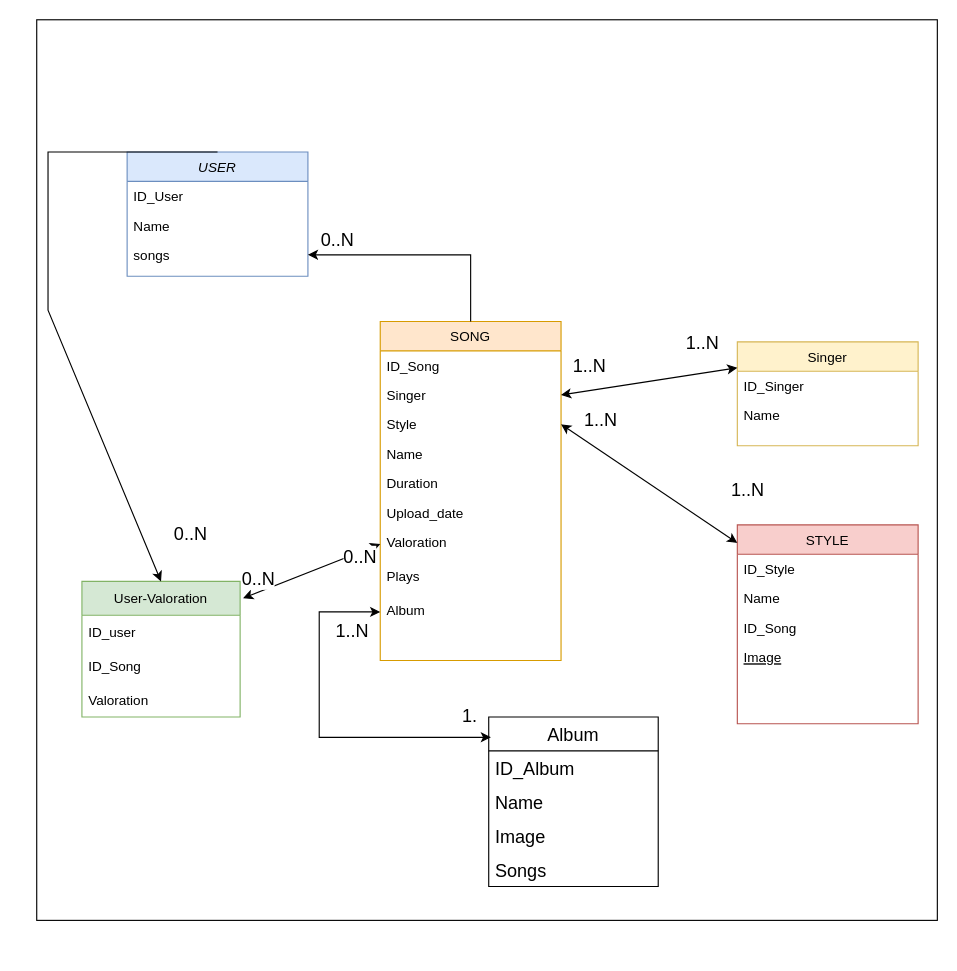
This is draw/database.drawio from abeja21/PFB-Kreitekfy-B, a draw.io file, before an edit. Source tidied: cells renumbered, new cells numbered last; positions are measured from the earlier drawing's top-left corner, leaving out a move shared by most shapes. Both pictures are drawn from the tidied source at 113%, with x=0, y=0 at pixel (36, 19).
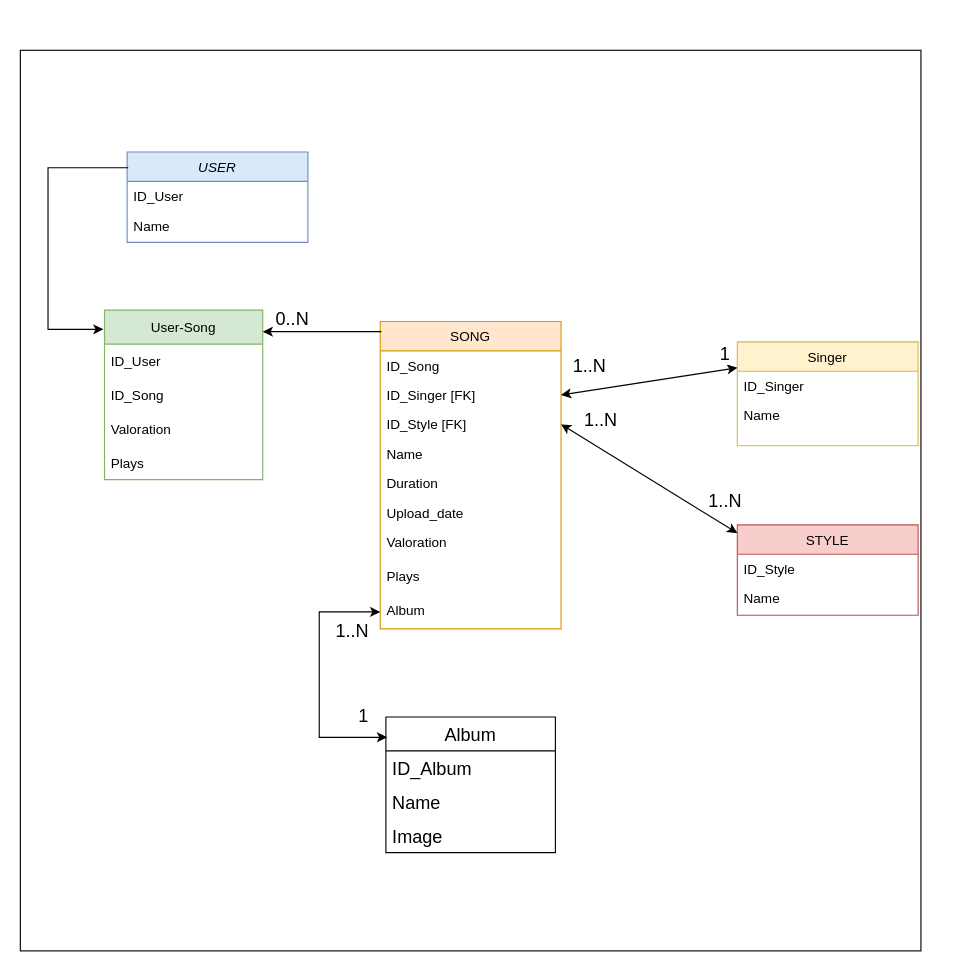
The same page after the edit.

The change refers to these unchanged cells:
```xml
<mxCell id="22" value="Valoration" style="text;align=left;verticalAlign=top;spacingLeft=4;spacingRight=4;overflow=hidden;points=[[0,0.5],[1,0.5]];portConstraint=eastwest;" parent="15" vertex="1">
  <mxGeometry y="182" width="160" height="30" as="geometry" />
</mxCell>
<mxCell id="24" value="Album&#10;" style="text;align=left;verticalAlign=top;spacingLeft=4;spacingRight=4;overflow=hidden;points=[[0,0.5],[1,0.5]];portConstraint=eastwest;" parent="15" vertex="1">
  <mxGeometry y="242" width="160" height="30" as="geometry" />
</mxCell>
```

Diff of the diagram source:
```diff
@@
     <mxCell id="2" style="whiteSpace=wrap;html=1;" parent="1" vertex="1">
-      <mxGeometry width="797" height="797" as="geometry" />
+      <mxGeometry x="-14.5" y="27" width="797" height="797" as="geometry" />
     </mxCell>
     <mxCell id="3" value="USER" style="swimlane;fontStyle=2;align=center;verticalAlign=top;horizontal=1;startSize=26;rounded=0;shadow=0;strokeWidth=1;fillColor=#dae8fc;strokeColor=#6c8ebf;" parent="1" vertex="1">
-      <mxGeometry x="80" y="117" width="160" height="110" as="geometry" />
+      <mxGeometry x="80" y="117" width="160" height="80" as="geometry" />
     </mxCell>
@@
-    <mxCell id="6" value="songs" style="text;align=left;verticalAlign=top;spacingLeft=4;spacingRight=4;overflow=hidden;points=[[0,0.5],[1,0.5]];portConstraint=eastwest;rounded=0;shadow=0;html=0;" parent="3" vertex="1">
-      <mxGeometry y="78" width="160" height="26" as="geometry" />
-    </mxCell>
     <mxCell id="7" value="STYLE" style="swimlane;fontStyle=0;align=center;verticalAlign=top;horizontal=1;startSize=26;rounded=0;shadow=0;strokeWidth=1;fillColor=#f8cecc;strokeColor=#b85450;" parent="1" vertex="1">
-      <mxGeometry x="620" y="447" width="160" height="176" as="geometry" />
+      <mxGeometry x="620" y="447" width="160" height="80" as="geometry" />
     </mxCell>
@@
-    <mxCell id="10" value="ID_Song" style="text;align=left;verticalAlign=top;spacingLeft=4;spacingRight=4;overflow=hidden;rounded=0;shadow=0;html=0;" parent="7" vertex="1">
-      <mxGeometry y="78" width="160" height="26" as="geometry" />
-    </mxCell>
-    <mxCell id="11" value="Image" style="text;align=left;verticalAlign=top;spacingLeft=4;spacingRight=4;overflow=hidden;fontStyle=4;" parent="7" vertex="1">
-      <mxGeometry y="104" width="160" height="72" as="geometry" />
-    </mxCell>
@@
     <mxCell id="15" value="SONG" style="swimlane;fontStyle=0;align=center;verticalAlign=top;horizontal=1;startSize=26;rounded=0;shadow=0;strokeWidth=1;fillColor=#ffe6cc;strokeColor=#d79b00;" parent="1" vertex="1">
-      <mxGeometry x="304" y="267" width="160" height="300" as="geometry" />
+      <mxGeometry x="304" y="267" width="160" height="272" as="geometry" />
     </mxCell>
@@
-    <mxCell id="17" value="Singer" style="text;align=left;verticalAlign=top;spacingLeft=4;spacingRight=4;overflow=hidden;points=[[0,0.5],[1,0.5]];portConstraint=eastwest;rounded=0;shadow=0;html=0;" parent="15" vertex="1">
+    <mxCell id="17" value="ID_Singer [FK]" style="text;align=left;verticalAlign=top;spacingLeft=4;spacingRight=4;overflow=hidden;points=[[0,0.5],[1,0.5]];portConstraint=eastwest;rounded=0;shadow=0;html=0;" parent="15" vertex="1">
       <mxGeometry y="52" width="160" height="26" as="geometry" />
     </mxCell>
-    <mxCell id="18" value="Style" style="text;align=left;verticalAlign=top;spacingLeft=4;spacingRight=4;overflow=hidden;points=[[0,0.5],[1,0.5]];portConstraint=eastwest;rounded=0;shadow=0;html=0;" parent="15" vertex="1">
+    <mxCell id="18" value="ID_Style [FK]" style="text;align=left;verticalAlign=top;spacingLeft=4;spacingRight=4;overflow=hidden;points=[[0,0.5],[1,0.5]];portConstraint=eastwest;rounded=0;shadow=0;html=0;" parent="15" vertex="1">
       <mxGeometry y="78" width="160" height="26" as="geometry" />
     </mxCell>
@@
-    <mxCell id="25" value="User-Valoration" style="swimlane;fontStyle=0;horizontal=1;startSize=30;fillColor=#d5e8d4;strokeColor=#82b366;" parent="1" vertex="1">
-      <mxGeometry x="40" y="497" width="140" height="120" as="geometry" />
+    <mxCell id="25" value="User-Song" style="swimlane;fontStyle=0;horizontal=1;startSize=30;fillColor=#d5e8d4;strokeColor=#82b366;" parent="1" vertex="1">
+      <mxGeometry x="60" y="257" width="140" height="150" as="geometry" />
     </mxCell>
-    <mxCell id="26" value="ID_user" style="text;strokeColor=none;fillColor=none;align=left;verticalAlign=middle;spacingLeft=4;spacingRight=4;overflow=hidden;" parent="25" vertex="1">
+    <mxCell id="26" value="ID_User" style="text;strokeColor=none;fillColor=none;align=left;verticalAlign=middle;spacingLeft=4;spacingRight=4;overflow=hidden;" parent="25" vertex="1">
       <mxGeometry y="30" width="140" height="30" as="geometry" />
     </mxCell>
@@
-    <mxCell id="29" style="endArrow=classic;html=1;rounded=0;entryX=1;entryY=0.5;entryDx=0;entryDy=0;exitX=0.5;exitY=0;exitDx=0;exitDy=0;" parent="1" edge="1" source="15" target="6">
-      <mxGeometry relative="1" as="geometry">
-        <Array as="points">
-          <mxPoint x="384" y="208" />
-        </Array>
-      </mxGeometry>
-    </mxCell>
-    <mxCell id="30" value="&lt;font style=&quot;font-size: 16px;&quot;&gt;0..N&lt;/font&gt;" style="edgeLabel;html=1;align=center;verticalAlign=middle;spacing=7;" parent="1" vertex="1">
-      <mxGeometry x="270" y="227" as="geometry">
-        <mxPoint x="-5" y="-33" as="offset" />
-      </mxGeometry>
-    </mxCell>
+    <mxCell id="50" value="Plays" style="text;strokeColor=none;fillColor=none;align=left;verticalAlign=middle;spacingLeft=4;spacingRight=4;overflow=hidden;" parent="25" vertex="1">
+      <mxGeometry y="120" width="140" height="30" as="geometry" />
+    </mxCell>
@@
-    <mxCell id="32" value="&lt;font style=&quot;font-size: 16px;&quot;&gt;1..N&lt;/font&gt;" style="edgeLabel;html=1;align=center;verticalAlign=middle;spacing=7;" parent="1" vertex="1">
-      <mxGeometry x="590" y="247" as="geometry">
+    <mxCell id="32" value="&lt;span style=&quot;font-size: 16px;&quot;&gt;1&lt;/span&gt;" style="edgeLabel;html=1;align=center;verticalAlign=middle;spacing=7;" parent="1" vertex="1">
+      <mxGeometry x="610" y="257" as="geometry">
         <mxPoint x="-2" y="38" as="offset" />
       </mxGeometry>
     </mxCell>
@@
     <mxCell id="35" value="&lt;font style=&quot;font-size: 16px;&quot;&gt;1..N&lt;/font&gt;" style="edgeLabel;html=1;align=center;verticalAlign=middle;spacing=7;" parent="1" vertex="1">
-      <mxGeometry x="630" y="377" as="geometry">
+      <mxGeometry x="610" y="387" as="geometry">
         <mxPoint x="-2" y="38" as="offset" />
       </mxGeometry>
     </mxCell>
-    <mxCell id="36" style="endArrow=classic;html=1;rounded=0;fontSize=16;exitX=0.5;exitY=0;exitDx=0;exitDy=0;entryX=0.5;entryY=0;entryDx=0;entryDy=0;" parent="1" edge="1" source="3" target="25">
+    <mxCell id="36" style="endArrow=classic;html=1;rounded=0;fontSize=16;exitX=0.006;exitY=0.175;exitDx=0;exitDy=0;entryX=-0.007;entryY=0.113;entryDx=0;entryDy=0;entryPerimeter=0;exitPerimeter=0;" parent="1" edge="1" source="3" target="25">
       <mxGeometry relative="1" as="geometry">
         <Array as="points">
-          <mxPoint x="10" y="117" />
-          <mxPoint x="10" y="257" />
+          <mxPoint x="10" y="131" />
+          <mxPoint x="10" y="274" />
         </Array>
       </mxGeometry>
     </mxCell>
-    <mxCell id="37" value="&lt;font style=&quot;font-size: 16px;&quot;&gt;0..N&lt;/font&gt;" style="edgeLabel;html=1;align=center;verticalAlign=middle;spacing=7;" parent="1" vertex="1">
-      <mxGeometry x="140" y="487" as="geometry">
-        <mxPoint x="-5" y="-33" as="offset" />
-      </mxGeometry>
-    </mxCell>
-    <mxCell id="38" style="endArrow=classic;startArrow=classic;html=1;rounded=0;fontSize=16;exitX=1.019;exitY=0.124;exitDx=0;exitDy=0;exitPerimeter=0;entryX=0;entryY=0.5;entryDx=0;entryDy=0;" parent="1" edge="1" source="25" target="22">
-      <mxGeometry relative="1" as="geometry" />
-    </mxCell>
     <mxCell id="39" value="&lt;font style=&quot;font-size: 16px;&quot;&gt;0..N&lt;/font&gt;" style="edgeLabel;html=1;align=center;verticalAlign=middle;spacing=7;" parent="1" vertex="1">
-      <mxGeometry x="200" y="527" as="geometry">
+      <mxGeometry x="230" y="297" as="geometry">
         <mxPoint x="-5" y="-33" as="offset" />
       </mxGeometry>
     </mxCell>
-    <mxCell id="40" value="&lt;font style=&quot;font-size: 16px;&quot;&gt;0..N&lt;/font&gt;" style="edgeLabel;html=1;align=center;verticalAlign=middle;spacing=7;" parent="1" vertex="1">
-      <mxGeometry x="290" y="507" as="geometry">
-        <mxPoint x="-5" y="-33" as="offset" />
-      </mxGeometry>
-    </mxCell>
@@
     <mxCell id="42" value="Album" style="swimlane;fontStyle=0;horizontal=1;startSize=30;fontSize=16;" parent="1" vertex="1">
-      <mxGeometry x="400" y="617" width="150" height="150" as="geometry" />
+      <mxGeometry x="309" y="617" width="150" height="120" as="geometry" />
     </mxCell>
@@
-    <mxCell id="46" value="Songs" style="text;strokeColor=none;fillColor=none;align=left;verticalAlign=middle;spacingLeft=4;spacingRight=4;overflow=hidden;fontSize=16;" parent="42" vertex="1">
-      <mxGeometry y="120" width="150" height="30" as="geometry" />
-    </mxCell>
-    <mxCell id="47" style="endArrow=classic;startArrow=classic;html=1;rounded=0;fontSize=16;entryX=0;entryY=0.5;entryDx=0;entryDy=0;exitX=0.013;exitY=0.12;exitDx=0;exitDy=0;exitPerimeter=0;" parent="1" edge="1" source="42" target="24">
+    <mxCell id="47" style="endArrow=classic;startArrow=classic;html=1;rounded=0;fontSize=16;entryX=0;entryY=0.5;entryDx=0;entryDy=0;exitX=0.007;exitY=0.15;exitDx=0;exitDy=0;exitPerimeter=0;" parent="1" edge="1" source="42" target="24">
       <mxGeometry relative="1" as="geometry">
         <Array as="points">
           <mxPoint x="250" y="635" />
           <mxPoint x="250" y="524" />
         </Array>
       </mxGeometry>
     </mxCell>
-    <mxCell id="48" value="&lt;font style=&quot;font-size: 16px;&quot;&gt;1.&lt;/font&gt;" style="edgeLabel;html=1;align=center;verticalAlign=middle;spacing=7;" parent="1" vertex="1">
-      <mxGeometry x="384" y="577" as="geometry">
+    <mxCell id="48" value="&lt;font style=&quot;font-size: 16px;&quot;&gt;1&lt;/font&gt;" style="edgeLabel;html=1;align=center;verticalAlign=middle;spacing=7;" parent="1" vertex="1">
+      <mxGeometry x="290" y="577" as="geometry">
         <mxPoint x="-2" y="38" as="offset" />
       </mxGeometry>
     </mxCell>
@@
+    <mxCell id="51" style="endArrow=classic;html=1;rounded=0;exitX=0.006;exitY=0.033;exitDx=0;exitDy=0;exitPerimeter=0;" parent="1" edge="1" source="15">
+      <mxGeometry relative="1" as="geometry">
+        <mxPoint x="200" y="276" as="targetPoint" />
+      </mxGeometry>
+    </mxCell>
```
